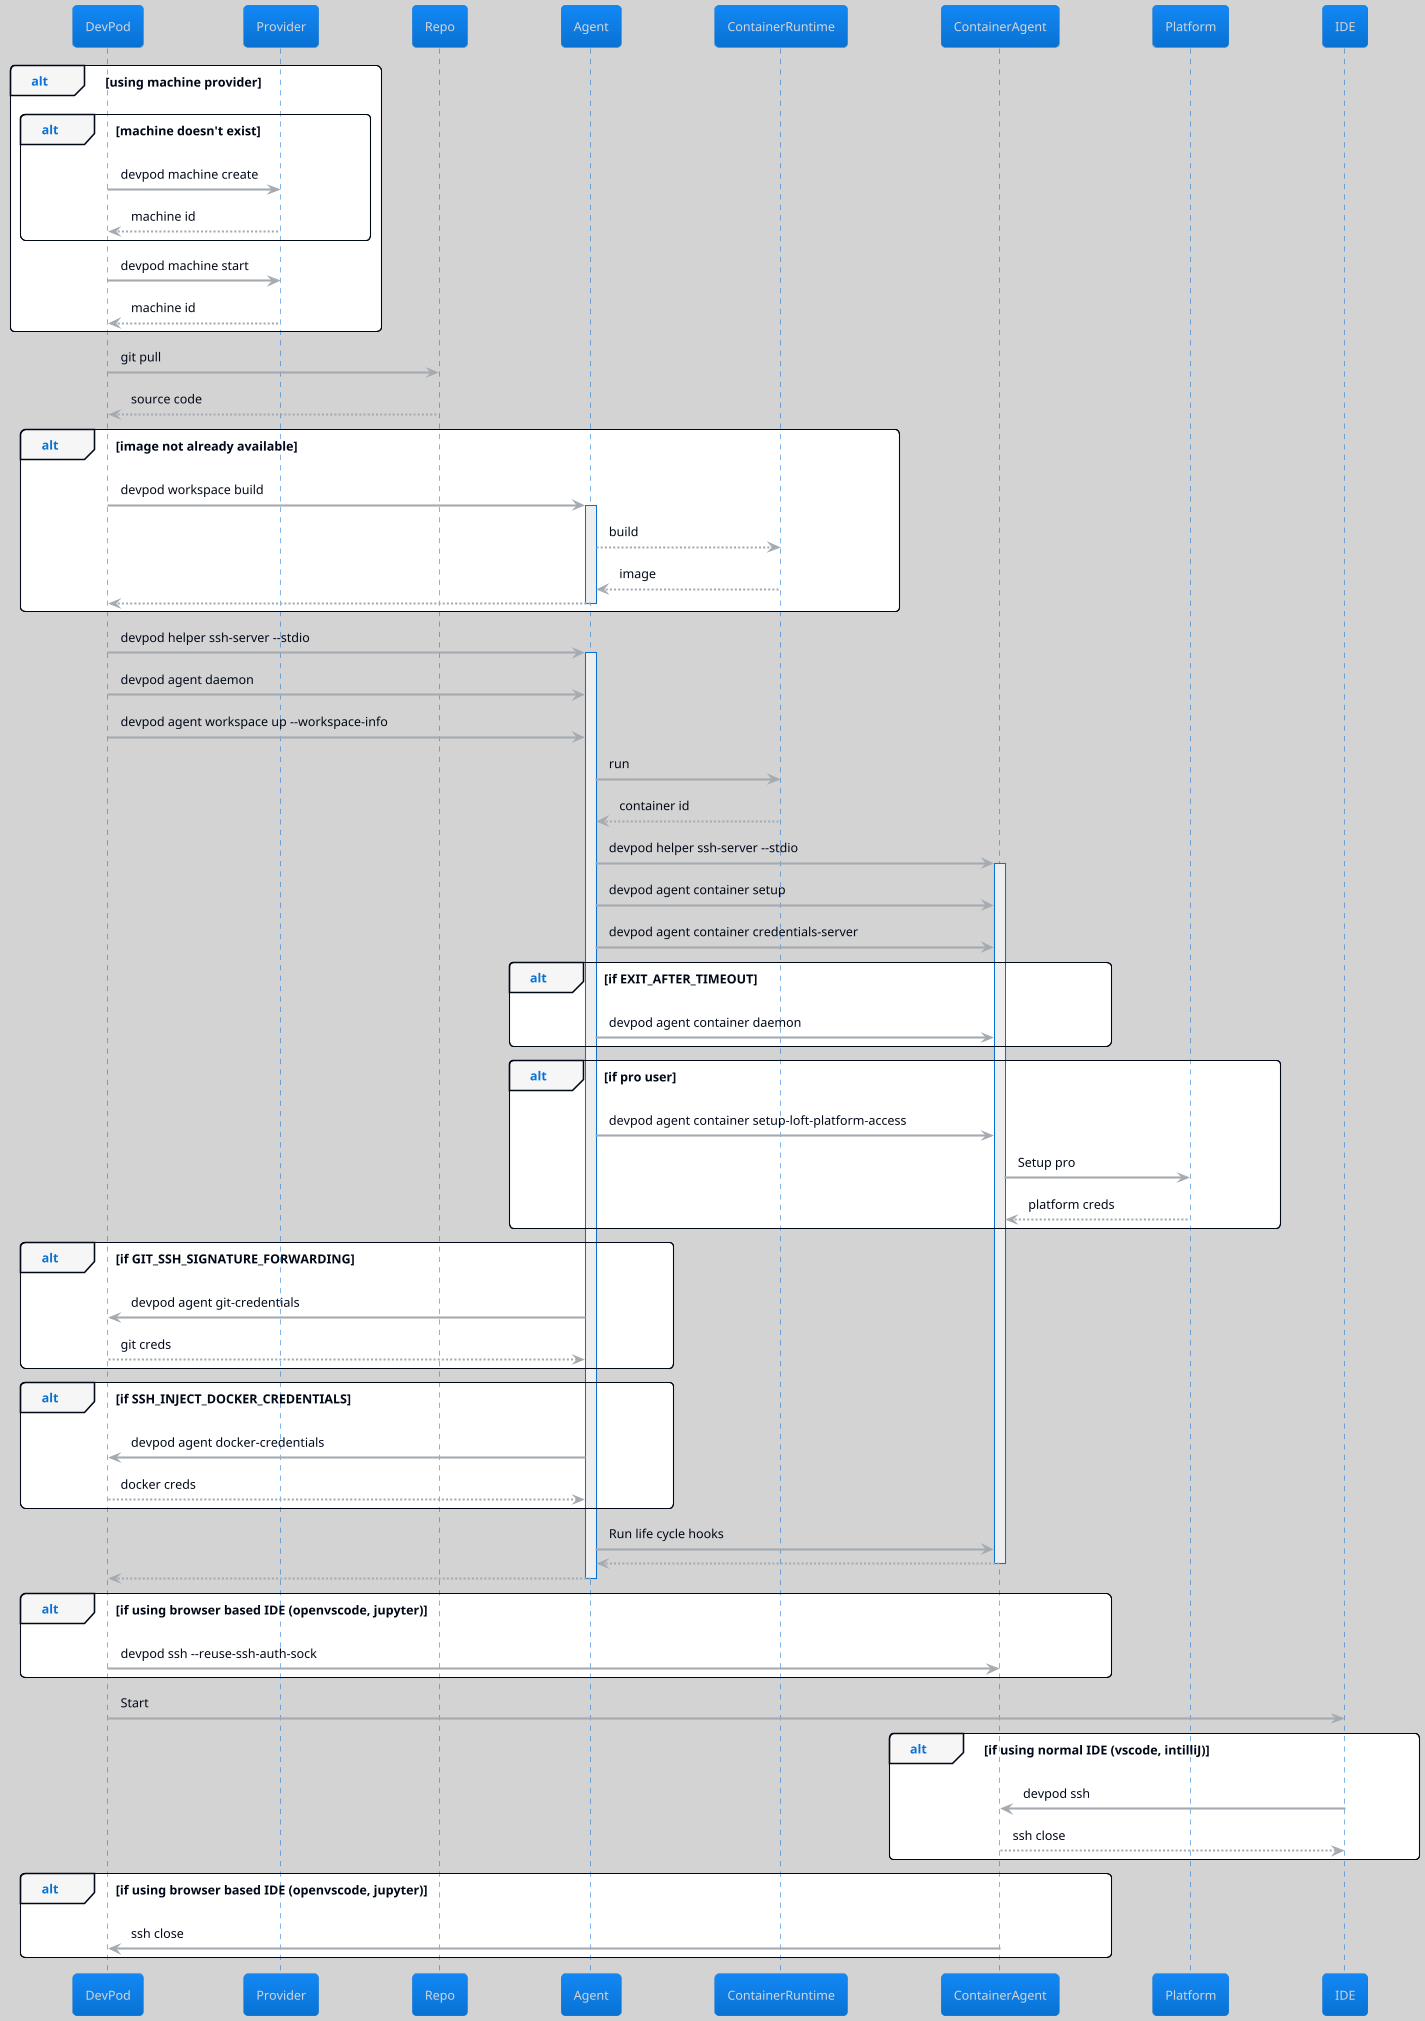
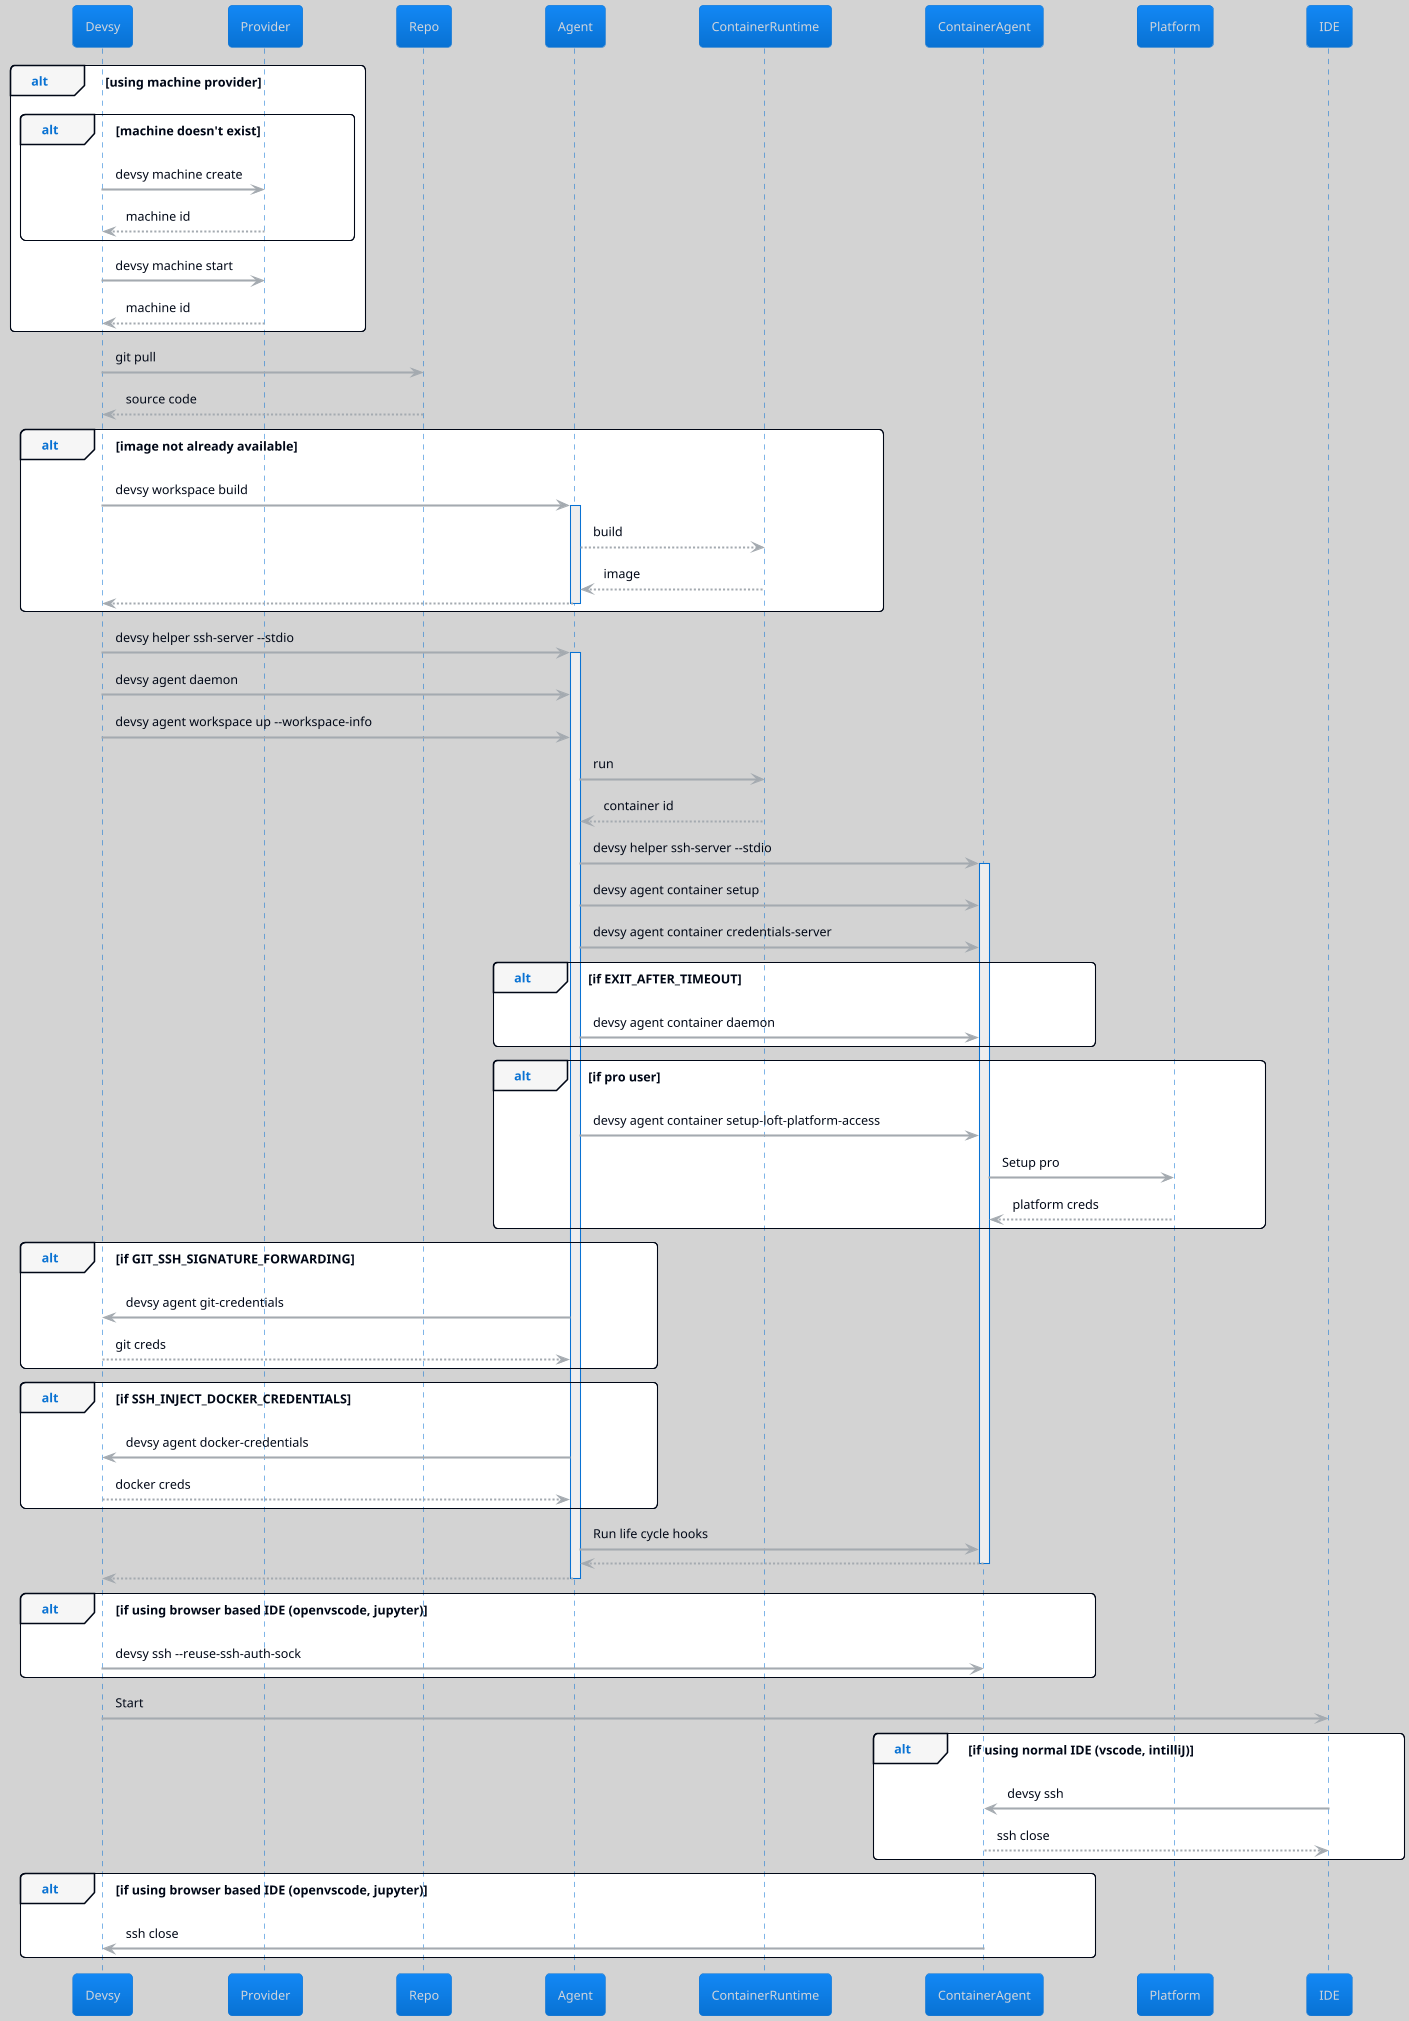
@startuml

!theme cloudscape-design
skinparam BackgroundColor lightgray

alt using machine provider
alt machine doesn't exist
- DevPod -> Provider: devpod machine create
- Provider --> DevPod: machine id
+ Devsy -> Provider: devsy machine create
+ Provider --> Devsy: machine id
end
- DevPod -> Provider: devpod machine start
- Provider --> DevPod: machine id
+ Devsy -> Provider: devsy machine start
+ Provider --> Devsy: machine id
end

- DevPod -> Repo: git pull
- Repo --> DevPod: source code
+ Devsy -> Repo: git pull
+ Repo --> Devsy: source code

alt image not already available
- DevPod -> Agent: devpod workspace build
+ Devsy -> Agent: devsy workspace build
activate Agent
Agent --> ContainerRuntime: build
ContainerRuntime --> Agent: image
- Agent --> DevPod:
+ Agent --> Devsy:
deactivate Agent
end

- DevPod -> Agent: devpod helper ssh-server --stdio
+ Devsy -> Agent: devsy helper ssh-server --stdio
activate Agent
- DevPod -> Agent: devpod agent daemon
- DevPod -> Agent: devpod agent workspace up --workspace-info
+ Devsy -> Agent: devsy agent daemon
+ Devsy -> Agent: devsy agent workspace up --workspace-info

Agent -> ContainerRuntime: run
ContainerRuntime --> Agent: container id

- Agent -> ContainerAgent: devpod helper ssh-server --stdio
+ Agent -> ContainerAgent: devsy helper ssh-server --stdio
activate ContainerAgent

- Agent -> ContainerAgent: devpod agent container setup
- Agent -> ContainerAgent: devpod agent container credentials-server
+ Agent -> ContainerAgent: devsy agent container setup
+ Agent -> ContainerAgent: devsy agent container credentials-server
alt if EXIT_AFTER_TIMEOUT
- Agent -> ContainerAgent: devpod agent container daemon
+ Agent -> ContainerAgent: devsy agent container daemon
end

alt if pro user
- Agent -> ContainerAgent: devpod agent container setup-loft-platform-access
+ Agent -> ContainerAgent: devsy agent container setup-loft-platform-access
ContainerAgent -> Platform: Setup pro
Platform --> ContainerAgent: platform creds
end

alt if GIT_SSH_SIGNATURE_FORWARDING
- Agent -> DevPod: devpod agent git-credentials
- DevPod --> Agent: git creds
+ Agent -> Devsy: devsy agent git-credentials
+ Devsy --> Agent: git creds
end
alt if SSH_INJECT_DOCKER_CREDENTIALS
- Agent -> DevPod: devpod agent docker-credentials
- DevPod --> Agent: docker creds
+ Agent -> Devsy: devsy agent docker-credentials
+ Devsy --> Agent: docker creds
end

Agent -> ContainerAgent: Run life cycle hooks

ContainerAgent --> Agent:
deactivate ContainerAgent
- Agent --> DevPod:
+ Agent --> Devsy:
deactivate Agent

alt if using browser based IDE (openvscode, jupyter)
- DevPod -> ContainerAgent: devpod ssh --reuse-ssh-auth-sock
+ Devsy -> ContainerAgent: devsy ssh --reuse-ssh-auth-sock
end

- DevPod -> IDE: Start
+ Devsy -> IDE: Start

alt if using normal IDE (vscode, intilliJ)
- IDE -> ContainerAgent: devpod ssh
+ IDE -> ContainerAgent: devsy ssh
ContainerAgent --> IDE: ssh close
end

alt if using browser based IDE (openvscode, jupyter)
- ContainerAgent -> DevPod: ssh close
+ ContainerAgent -> Devsy: ssh close
end


@enduml
